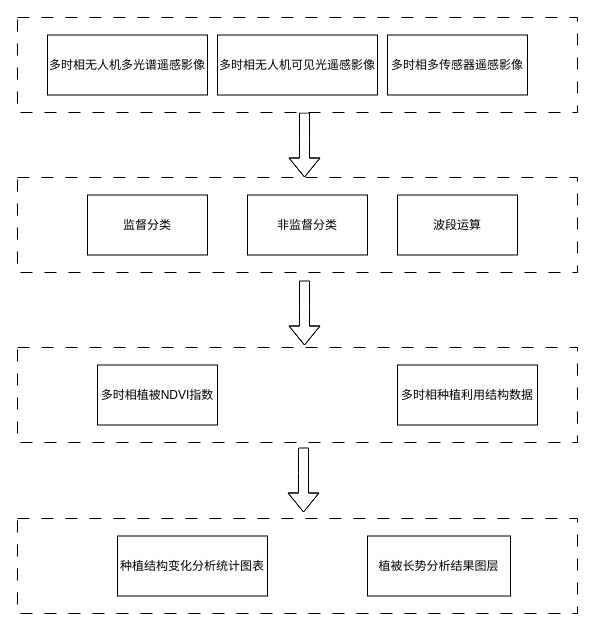
AhXianGL/draw.io keeps this draw.io diagram as 种植结构分析.drawio. Above is the earlier version. Source tidied: cells renumbered, new cells numbered last; positions are measured from the earlier drawing's top-left corner, leaving out a move shared by most shapes. Both pictures are drawn from the tidied source at 100%, with x=0, y=0 at pixel (17, 17).
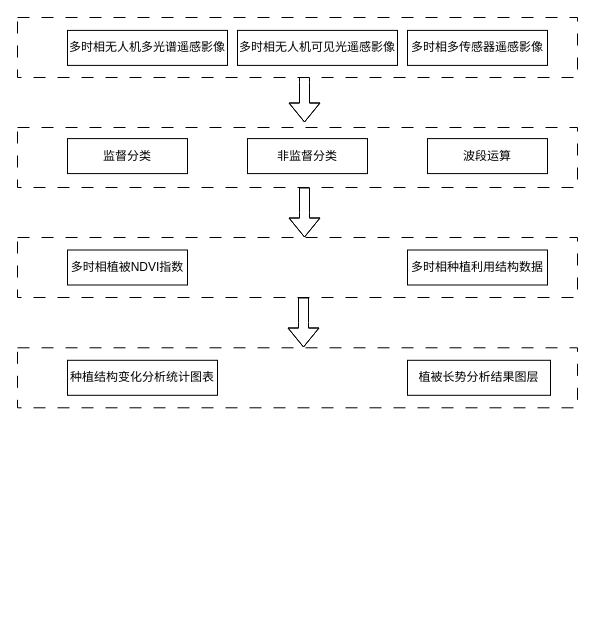
The same diagram, later.

Commit message (it also covers changes not shown here):
更新种植结构分析.drawio

What changed in the source:
```diff
@@
     <mxCell id="2" style="rounded=0;whiteSpace=wrap;html=1;dashed=1;dashPattern=12 12;" parent="1" vertex="1">
-      <mxGeometry y="330" width="560" height="95" as="geometry" />
+      <mxGeometry y="220" width="560" height="60" as="geometry" />
     </mxCell>
     <mxCell id="3" value="多时相植被NDVI指数" style="rounded=0;whiteSpace=wrap;html=1;" parent="1" vertex="1">
-      <mxGeometry x="80" y="347.5" width="120" height="60" as="geometry" />
+      <mxGeometry x="50" y="232.5" width="120" height="35" as="geometry" />
     </mxCell>
     <mxCell id="4" value="多时相种植利用结构数据" style="rounded=0;whiteSpace=wrap;html=1;" parent="1" vertex="1">
-      <mxGeometry x="380" y="347.5" width="140" height="60" as="geometry" />
+      <mxGeometry x="390" y="232.5" width="140" height="35" as="geometry" />
     </mxCell>
     <mxCell id="5" style="shape=flexArrow;endArrow=classic;html=1;rounded=0;entryX=0.5;entryY=0;entryDx=0;entryDy=0;" parent="1" edge="1">
       <mxGeometry relative="1" as="geometry">
-        <mxPoint x="287" y="95" as="sourcePoint" />
-        <mxPoint x="287" y="160" as="targetPoint" />
+        <mxPoint x="287" y="40" as="sourcePoint" />
+        <mxPoint x="287" y="105" as="targetPoint" />
         <Array as="points">
-          <mxPoint x="287" y="120" />
+          <mxPoint x="287" y="65" />
         </Array>
       </mxGeometry>
     </mxCell>
     <mxCell id="6" style="group;" parent="1" vertex="1">
-      <mxGeometry y="501" width="560" height="95" as="geometry" />
+      <mxGeometry y="310" width="560" height="110" as="geometry" />
     </mxCell>
     <mxCell id="7" style="rounded=0;whiteSpace=wrap;html=1;dashed=1;dashPattern=12 12;" parent="6" vertex="1">
-      <mxGeometry width="560" height="95" as="geometry" />
+      <mxGeometry y="20.3" width="560" height="60" as="geometry" />
     </mxCell>
     <mxCell id="8" value="种植结构变化分析统计图表" style="rounded=0;whiteSpace=wrap;html=1;" parent="6" vertex="1">
-      <mxGeometry x="100" y="17.5" width="150" height="60" as="geometry" />
+      <mxGeometry x="50" y="32.8" width="150" height="35" as="geometry" />
     </mxCell>
     <mxCell id="9" value="植被长势分析结果图层" style="rounded=0;whiteSpace=wrap;html=1;" parent="6" vertex="1">
-      <mxGeometry x="350" y="17.5" width="143" height="60" as="geometry" />
+      <mxGeometry x="390" y="32.8" width="143" height="35" as="geometry" />
     </mxCell>
     <mxCell id="10" style="group;" parent="1" vertex="1">
-      <mxGeometry width="560" height="95" as="geometry" />
+      <mxGeometry width="560" height="60" as="geometry" />
     </mxCell>
     <mxCell id="11" style="rounded=0;whiteSpace=wrap;html=1;dashed=1;dashPattern=12 12;" parent="10" vertex="1">
-      <mxGeometry width="560" height="95" as="geometry" />
+      <mxGeometry width="560" height="60" as="geometry" />
     </mxCell>
     <mxCell id="12" value="多时相无人机可见光遥感影像" style="rounded=0;whiteSpace=wrap;html=1;" parent="10" vertex="1">
-      <mxGeometry x="200" y="17.5" width="160" height="60" as="geometry" />
+      <mxGeometry x="220" y="12.9" width="160" height="35" as="geometry" />
     </mxCell>
     <mxCell id="13" value="多时相无人机多光谱遥感影像" style="rounded=0;whiteSpace=wrap;html=1;" parent="10" vertex="1">
-      <mxGeometry x="30" y="17.5" width="160" height="60" as="geometry" />
+      <mxGeometry x="50" y="12.9" width="160" height="35" as="geometry" />
     </mxCell>
     <mxCell id="14" value="多时相多传感器遥感影像" style="rounded=0;whiteSpace=wrap;html=1;" parent="10" vertex="1">
-      <mxGeometry x="370" y="17.5" width="140" height="60" as="geometry" />
+      <mxGeometry x="390" y="12.9" width="140" height="35" as="geometry" />
     </mxCell>
     <mxCell id="15" style="group;" parent="1" vertex="1">
-      <mxGeometry y="160" width="560" height="95" as="geometry" />
+      <mxGeometry y="110" width="560" height="60" as="geometry" />
     </mxCell>
     <mxCell id="16" style="rounded=0;whiteSpace=wrap;html=1;dashed=1;dashPattern=12 12;" parent="15" vertex="1">
-      <mxGeometry width="560" height="95" as="geometry" />
+      <mxGeometry width="560" height="60" as="geometry" />
     </mxCell>
     <mxCell id="17" value="监督分类" style="rounded=0;whiteSpace=wrap;html=1;" parent="15" vertex="1">
-      <mxGeometry x="70" y="17.5" width="120" height="60" as="geometry" />
+      <mxGeometry x="50" y="11.1" width="120" height="35" as="geometry" />
     </mxCell>
     <mxCell id="18" value="波段运算" style="rounded=0;whiteSpace=wrap;html=1;" parent="15" vertex="1">
-      <mxGeometry x="380" y="17.5" width="120" height="60" as="geometry" />
+      <mxGeometry x="410" y="11.1" width="120" height="35" as="geometry" />
     </mxCell>
     <mxCell id="19" value="非监督分类" style="rounded=0;whiteSpace=wrap;html=1;" parent="15" vertex="1">
-      <mxGeometry x="230" y="17.5" width="120" height="60" as="geometry" />
+      <mxGeometry x="230" y="11.1" width="120" height="35" as="geometry" />
     </mxCell>
-    <mxCell id="20" style="shape=flexArrow;endArrow=classic;html=1;rounded=0;entryX=0.5;entryY=0;entryDx=0;entryDy=0;" parent="1" edge="1">
+    <mxCell id="20" style="shape=flexArrow;endArrow=classic;html=1;rounded=0;" parent="1" edge="1">
       <mxGeometry relative="1" as="geometry">
-        <mxPoint x="287" y="263" as="sourcePoint" />
-        <mxPoint x="287" y="328" as="targetPoint" />
+        <mxPoint x="287" y="170" as="sourcePoint" />
+        <mxPoint x="287" y="220" as="targetPoint" />
         <Array as="points">
-          <mxPoint x="287" y="288" />
+          <mxPoint x="287" y="195" />
         </Array>
       </mxGeometry>
     </mxCell>
-    <mxCell id="21" style="shape=flexArrow;endArrow=classic;html=1;rounded=0;entryX=0.5;entryY=0;entryDx=0;entryDy=0;" parent="1" edge="1">
+    <mxCell id="21" style="shape=flexArrow;endArrow=classic;html=1;rounded=0;" parent="1" edge="1">
       <mxGeometry relative="1" as="geometry">
-        <mxPoint x="286" y="430" as="sourcePoint" />
-        <mxPoint x="286" y="495" as="targetPoint" />
+        <mxPoint x="286" y="280" as="sourcePoint" />
+        <mxPoint x="286" y="330" as="targetPoint" />
         <Array as="points">
-          <mxPoint x="286" y="455" />
+          <mxPoint x="286" y="305" />
         </Array>
       </mxGeometry>
     </mxCell>
```
